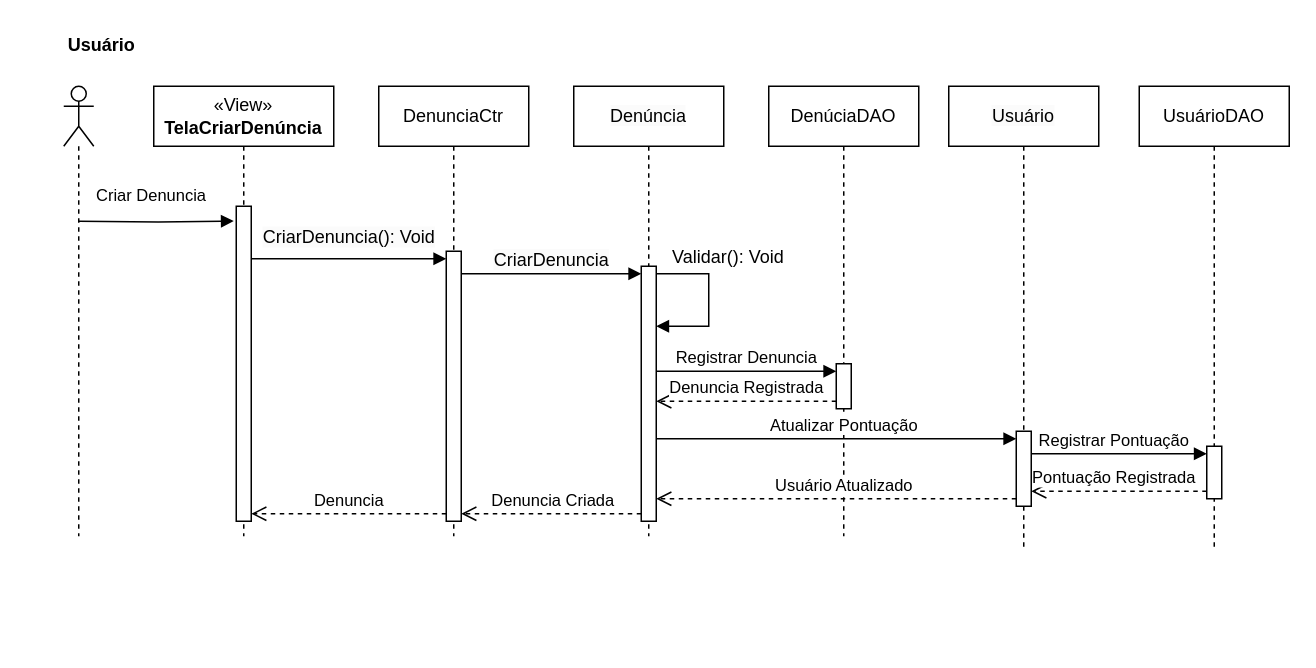
frsouzaa/Documentacao-TCC-NossaVia keeps this draw.io diagram as Documentação/Diagramas/Diagramas de Sequencia/Diagrama Sequencia Criar Denuncia.drawio. Above is the earlier version. Source tidied: cells renumbered, new cells numbered last; positions are measured from the earlier drawing's top-left corner, leaving out a move shared by most shapes. Both pictures are drawn from the tidied source at 150%, with x=0, y=0 at pixel (48, 26).
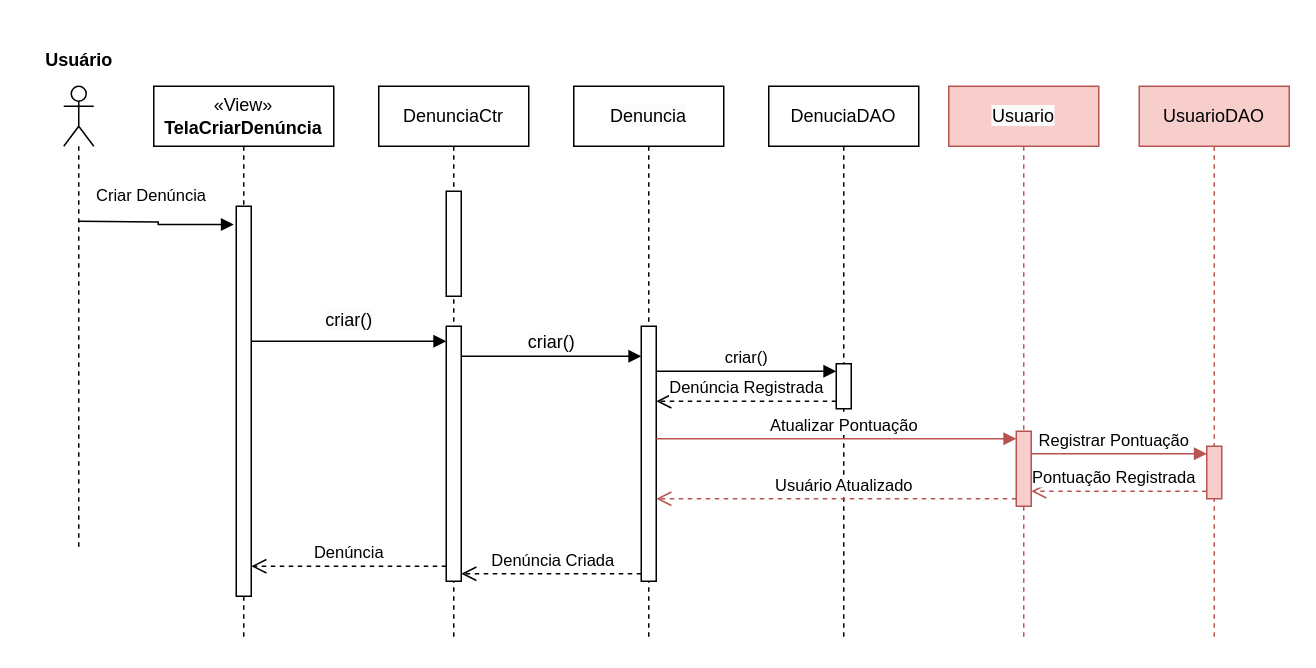
Above is the later version.

Commit message (it also covers changes not shown here):
atualização dos diagramas conforme o documento de produto software

Unchanged cells that the change refers to:
```xml
<mxCell id="9" style="html=1;points=[[0,0,0,0,5],[0,1,0,0,-5],[1,0,0,0,5],[1,1,0,0,-5]];perimeter=orthogonalPerimeter;outlineConnect=0;targetShapes=umlLifeline;portConstraint=eastwest;newEdgeStyle={&quot;curved&quot;:0,&quot;rounded&quot;:0};" parent="8" vertex="1">
  <mxGeometry x="45" y="185" width="10" height="30" as="geometry" />
</mxCell>
```

Change to the diagram source:
```diff
@@
     <mxCell id="2" style="shape=umlLifeline;perimeter=lifelinePerimeter;whiteSpace=wrap;html=1;newEdgeStyle={&quot;curved&quot;:0,&quot;rounded&quot;:0};participant=umlActor;" parent="1" vertex="1">
-      <mxGeometry x="10" y="40" width="20" height="300" as="geometry" />
+      <mxGeometry x="10" y="40" width="20" height="310" as="geometry" />
     </mxCell>
     <mxCell id="3" value="«View»&lt;br&gt;&lt;b&gt;TelaCriarDenúncia&lt;/b&gt;" style="shape=umlLifeline;perimeter=lifelinePerimeter;whiteSpace=wrap;html=1;newEdgeStyle={&quot;curved&quot;:0,&quot;rounded&quot;:0};" parent="1" vertex="1">
-      <mxGeometry x="70" y="40" width="120" height="300" as="geometry" />
+      <mxGeometry x="70" y="40" width="120" height="370" as="geometry" />
     </mxCell>
     <mxCell id="4" style="html=1;points=[[0,0,0,0,5],[0,1,0,0,-5],[1,0,0,0,5],[1,1,0,0,-5]];perimeter=orthogonalPerimeter;outlineConnect=0;targetShapes=umlLifeline;portConstraint=eastwest;newEdgeStyle={&quot;curved&quot;:0,&quot;rounded&quot;:0};" parent="3" vertex="1">
-      <mxGeometry x="55" y="80" width="10" height="210" as="geometry" />
+      <mxGeometry x="55" y="80" width="10" height="260" as="geometry" />
     </mxCell>
-    <mxCell id="5" value="&lt;span style=&quot;color: rgb(0, 0, 0); font-family: Helvetica; font-size: 12px; font-style: normal; font-variant-ligatures: normal; font-variant-caps: normal; font-weight: 400; letter-spacing: normal; orphans: 2; text-align: center; text-indent: 0px; text-transform: none; widows: 2; word-spacing: 0px; -webkit-text-stroke-width: 0px; white-space: nowrap; background-color: rgb(251, 251, 251); text-decoration-thickness: initial; text-decoration-style: initial; text-decoration-color: initial; display: inline !important; float: none;&quot;&gt;Denúncia&lt;/span&gt;" style="shape=umlLifeline;perimeter=lifelinePerimeter;whiteSpace=wrap;html=1;newEdgeStyle={&quot;curved&quot;:0,&quot;rounded&quot;:0};" parent="1" vertex="1">
-      <mxGeometry x="350" y="40" width="100" height="300" as="geometry" />
+    <mxCell id="5" value="&lt;span style=&quot;color: rgb(0, 0, 0); font-family: Helvetica; font-size: 12px; font-style: normal; font-variant-ligatures: normal; font-variant-caps: normal; font-weight: 400; letter-spacing: normal; orphans: 2; text-align: center; text-indent: 0px; text-transform: none; widows: 2; word-spacing: 0px; -webkit-text-stroke-width: 0px; white-space: nowrap; background-color: rgb(251, 251, 251); text-decoration-thickness: initial; text-decoration-style: initial; text-decoration-color: initial; display: inline !important; float: none;&quot;&gt;Denuncia&lt;/span&gt;" style="shape=umlLifeline;perimeter=lifelinePerimeter;whiteSpace=wrap;html=1;newEdgeStyle={&quot;curved&quot;:0,&quot;rounded&quot;:0};" parent="1" vertex="1">
+      <mxGeometry x="350" y="40" width="100" height="370" as="geometry" />
     </mxCell>
     <mxCell id="6" style="html=1;points=[[0,0,0,0,5],[0,1,0,0,-5],[1,0,0,0,5],[1,1,0,0,-5]];perimeter=orthogonalPerimeter;outlineConnect=0;targetShapes=umlLifeline;portConstraint=eastwest;newEdgeStyle={&quot;curved&quot;:0,&quot;rounded&quot;:0};" parent="5" vertex="1">
-      <mxGeometry x="45" y="120" width="10" height="170" as="geometry" />
+      <mxGeometry x="45" y="160" width="10" height="170" as="geometry" />
     </mxCell>
-    <mxCell id="7" style="html=1;align=left;spacingLeft=2;endArrow=block;rounded=0;edgeStyle=orthogonalEdgeStyle;curved=0;rounded=0;exitX=1;exitY=0;exitDx=0;exitDy=5;exitPerimeter=0;" parent="5" edge="1" source="6" target="6">
-      <mxGeometry relative="1" as="geometry">
-        <Array as="points">
-          <mxPoint x="90" y="125" />
-          <mxPoint x="90" y="160" />
-        </Array>
-      </mxGeometry>
-    </mxCell>
-    <mxCell id="8" value="DenúciaDAO" style="shape=umlLifeline;perimeter=lifelinePerimeter;whiteSpace=wrap;html=1;newEdgeStyle={&quot;curved&quot;:0,&quot;rounded&quot;:0};" parent="1" vertex="1">
-      <mxGeometry x="480" y="40" width="100" height="300" as="geometry" />
+    <mxCell id="8" value="DenuciaDAO" style="shape=umlLifeline;perimeter=lifelinePerimeter;whiteSpace=wrap;html=1;newEdgeStyle={&quot;curved&quot;:0,&quot;rounded&quot;:0};" parent="1" vertex="1">
+      <mxGeometry x="480" y="40" width="100" height="370" as="geometry" />
     </mxCell>
@@
     <mxCell id="10" value="&lt;span style=&quot;text-wrap: nowrap;&quot;&gt;DenunciaCtr&lt;/span&gt;" style="shape=umlLifeline;perimeter=lifelinePerimeter;whiteSpace=wrap;html=1;newEdgeStyle={&quot;curved&quot;:0,&quot;rounded&quot;:0};" parent="1" vertex="1">
-      <mxGeometry x="220" y="40" width="100" height="300" as="geometry" />
+      <mxGeometry x="220" y="40" width="100" height="370" as="geometry" />
     </mxCell>
     <mxCell id="11" style="html=1;points=[[0,0,0,0,5],[0,1,0,0,-5],[1,0,0,0,5],[1,1,0,0,-5]];perimeter=orthogonalPerimeter;outlineConnect=0;targetShapes=umlLifeline;portConstraint=eastwest;newEdgeStyle={&quot;curved&quot;:0,&quot;rounded&quot;:0};" parent="10" vertex="1">
-      <mxGeometry x="45" y="110" width="10" height="180" as="geometry" />
+      <mxGeometry x="45" y="160" width="10" height="170" as="geometry" />
     </mxCell>
+    <mxCell id="29" style="html=1;perimeter=orthogonalPerimeter;targetShapes=umlLifeline;newEdgeStyle={&quot;curved&quot;:0,&quot;rounded&quot;:0};" parent="10" vertex="1">
+      <mxGeometry x="45" y="70" width="10" height="70" as="geometry" />
+    </mxCell>
-    <mxCell id="12" value="Criar Denuncia" style="endArrow=block;endFill=1;html=1;edgeStyle=orthogonalEdgeStyle;align=left;verticalAlign=top;rounded=0;entryX=-0.166;entryY=0.047;entryDx=0;entryDy=0;entryPerimeter=0;" parent="1" edge="1" target="4">
-      <mxGeometry x="-0.8" y="30" relative="1" as="geometry">
+    <mxCell id="12" value="Criar Denúncia" style="endArrow=block;endFill=1;html=1;edgeStyle=orthogonalEdgeStyle;align=left;verticalAlign=top;rounded=0;entryX=-0.166;entryY=0.047;entryDx=0;entryDy=0;entryPerimeter=0;" parent="1" edge="1" target="4">
+      <mxGeometry x="-0.81" y="30" relative="1" as="geometry">
         <mxPoint x="20" y="130" as="sourcePoint" />
       </mxGeometry>
     </mxCell>
-    <mxCell id="13" value="&lt;span style=&quot;color: rgb(0, 0, 0); font-family: Helvetica; font-size: 12px; font-style: normal; font-variant-ligatures: normal; font-variant-caps: normal; font-weight: 400; letter-spacing: normal; orphans: 2; text-align: center; text-indent: 0px; text-transform: none; widows: 2; word-spacing: 0px; -webkit-text-stroke-width: 0px; white-space: nowrap; background-color: rgb(251, 251, 251); text-decoration-thickness: initial; text-decoration-style: initial; text-decoration-color: initial; display: inline !important; float: none;&quot;&gt;Usuário&lt;/span&gt;" style="shape=umlLifeline;perimeter=lifelinePerimeter;whiteSpace=wrap;html=1;newEdgeStyle={&quot;curved&quot;:0,&quot;rounded&quot;:0};" parent="1" vertex="1">
-      <mxGeometry x="600" y="40" width="100" height="310" as="geometry" />
+    <mxCell id="13" value="&lt;span style=&quot;color: rgb(0, 0, 0); font-family: Helvetica; font-size: 12px; font-style: normal; font-variant-ligatures: normal; font-variant-caps: normal; font-weight: 400; letter-spacing: normal; orphans: 2; text-align: center; text-indent: 0px; text-transform: none; widows: 2; word-spacing: 0px; -webkit-text-stroke-width: 0px; white-space: nowrap; background-color: rgb(251, 251, 251); text-decoration-thickness: initial; text-decoration-style: initial; text-decoration-color: initial; display: inline !important; float: none;&quot;&gt;Usuario&lt;/span&gt;" style="shape=umlLifeline;perimeter=lifelinePerimeter;whiteSpace=wrap;html=1;newEdgeStyle={&quot;curved&quot;:0,&quot;rounded&quot;:0};fillColor=#f8cecc;strokeColor=#b85450;" parent="1" vertex="1">
+      <mxGeometry x="600" y="40" width="100" height="370" as="geometry" />
     </mxCell>
-    <mxCell id="14" style="html=1;points=[[0,0,0,0,5],[0,1,0,0,-5],[1,0,0,0,5],[1,1,0,0,-5]];perimeter=orthogonalPerimeter;outlineConnect=0;targetShapes=umlLifeline;portConstraint=eastwest;newEdgeStyle={&quot;curved&quot;:0,&quot;rounded&quot;:0};" parent="13" vertex="1">
+    <mxCell id="14" style="html=1;points=[[0,0,0,0,5],[0,1,0,0,-5],[1,0,0,0,5],[1,1,0,0,-5]];perimeter=orthogonalPerimeter;outlineConnect=0;targetShapes=umlLifeline;portConstraint=eastwest;newEdgeStyle={&quot;curved&quot;:0,&quot;rounded&quot;:0};fillColor=#f8cecc;strokeColor=#b85450;" parent="13" vertex="1">
       <mxGeometry x="45" y="230" width="10" height="50" as="geometry" />
     </mxCell>
-    <mxCell id="15" value="&lt;span style=&quot;text-wrap: nowrap;&quot;&gt;Usuário&lt;/span&gt;DAO" style="shape=umlLifeline;perimeter=lifelinePerimeter;whiteSpace=wrap;html=1;newEdgeStyle={&quot;curved&quot;:0,&quot;rounded&quot;:0};" parent="1" vertex="1">
-      <mxGeometry x="727" y="40" width="100" height="310" as="geometry" />
+    <mxCell id="15" value="&lt;span style=&quot;text-wrap: nowrap;&quot;&gt;Usuario&lt;/span&gt;DAO" style="shape=umlLifeline;perimeter=lifelinePerimeter;whiteSpace=wrap;html=1;newEdgeStyle={&quot;curved&quot;:0,&quot;rounded&quot;:0};fillColor=#f8cecc;strokeColor=#b85450;" parent="1" vertex="1">
+      <mxGeometry x="727" y="40" width="100" height="370" as="geometry" />
     </mxCell>
-    <mxCell id="16" style="html=1;points=[[0,0,0,0,5],[0,1,0,0,-5],[1,0,0,0,5],[1,1,0,0,-5]];perimeter=orthogonalPerimeter;outlineConnect=0;targetShapes=umlLifeline;portConstraint=eastwest;newEdgeStyle={&quot;curved&quot;:0,&quot;rounded&quot;:0};" parent="15" vertex="1">
+    <mxCell id="16" style="html=1;points=[[0,0,0,0,5],[0,1,0,0,-5],[1,0,0,0,5],[1,1,0,0,-5]];perimeter=orthogonalPerimeter;outlineConnect=0;targetShapes=umlLifeline;portConstraint=eastwest;newEdgeStyle={&quot;curved&quot;:0,&quot;rounded&quot;:0};fillColor=#f8cecc;strokeColor=#b85450;" parent="15" vertex="1">
       <mxGeometry x="45" y="240" width="10" height="35" as="geometry" />
     </mxCell>
     <mxCell id="17" value="Usuário" style="text;align=center;fontStyle=1;verticalAlign=middle;spacingLeft=3;spacingRight=3;strokeColor=none;html=1;" parent="1" vertex="1">
-      <mxGeometry width="70" height="26" as="geometry" />
+      <mxGeometry x="-15" y="10" width="70" height="26" as="geometry" />
     </mxCell>
-    <mxCell id="18" value="&lt;span style=&quot;font-size: 12px; text-align: left; background-color: rgb(251, 251, 251);&quot;&gt;CriarDenuncia(): Void&lt;/span&gt;" style="html=1;verticalAlign=bottom;endArrow=block;curved=0;rounded=0;entryX=0;entryY=0;entryDx=0;entryDy=5;" parent="1" edge="1" source="4" target="11">
-      <mxGeometry y="5" relative="1" as="geometry" />
+    <mxCell id="18" value="&lt;span style=&quot;font-size: 12px; text-align: left; background-color: rgb(251, 251, 251);&quot;&gt;criar()&lt;/span&gt;" style="html=1;verticalAlign=bottom;endArrow=block;curved=0;rounded=0;entryX=0;entryY=0;entryDx=0;entryDy=5;" parent="1" edge="1">
+      <mxGeometry y="5" relative="1" as="geometry">
+        <mxPoint x="135" y="210" as="sourcePoint" />
+        <mxPoint x="265" y="210" as="targetPoint" />
+      </mxGeometry>
     </mxCell>
-    <mxCell id="19" value="&lt;span style=&quot;font-size: 12px; text-align: left; background-color: rgb(251, 251, 251);&quot;&gt;CriarDenuncia&lt;/span&gt;" style="html=1;verticalAlign=bottom;endArrow=block;curved=0;rounded=0;entryX=0;entryY=0;entryDx=0;entryDy=5;" parent="1" edge="1" source="11" target="6">
-      <mxGeometry relative="1" as="geometry" />
+    <mxCell id="19" value="&lt;span style=&quot;font-size: 12px; text-align: left; background-color: rgb(251, 251, 251);&quot;&gt;criar()&lt;/span&gt;" style="html=1;verticalAlign=bottom;endArrow=block;curved=0;rounded=0;" parent="1" edge="1">
+      <mxGeometry relative="1" as="geometry">
+        <mxPoint x="275" y="220" as="sourcePoint" />
+        <mxPoint x="395" y="220" as="targetPoint" />
+      </mxGeometry>
     </mxCell>
-    <mxCell id="20" value="&lt;span style=&quot;text-wrap: nowrap;&quot;&gt;Validar(): Void&lt;/span&gt;" style="text;whiteSpace=wrap;html=1;" parent="1" vertex="1">
-      <mxGeometry x="414" y="140" width="96" height="20" as="geometry" />
-    </mxCell>
-    <mxCell id="21" value="Registrar Denuncia" style="html=1;verticalAlign=bottom;endArrow=block;curved=0;rounded=0;entryX=0;entryY=0;entryDx=0;entryDy=5;" parent="1" edge="1" source="6" target="9">
+    <mxCell id="21" value="criar()" style="html=1;verticalAlign=bottom;endArrow=block;curved=0;rounded=0;entryX=0;entryY=0;entryDx=0;entryDy=5;" parent="1" edge="1" source="6" target="9">
       <mxGeometry relative="1" as="geometry" />
     </mxCell>
-    <mxCell id="22" value="Denuncia Registrada" style="html=1;verticalAlign=bottom;endArrow=open;dashed=1;endSize=8;curved=0;rounded=0;exitX=0;exitY=1;exitDx=0;exitDy=-5;" parent="1" edge="1" source="9" target="6">
+    <mxCell id="22" value="Denúncia Registrada" style="html=1;verticalAlign=bottom;endArrow=open;dashed=1;endSize=8;curved=0;rounded=0;exitX=0;exitY=1;exitDx=0;exitDy=-5;" parent="1" edge="1" source="9" target="6">
       <mxGeometry relative="1" as="geometry" />
     </mxCell>
-    <mxCell id="23" value="Atualizar Pontuação" style="html=1;verticalAlign=bottom;endArrow=block;curved=0;rounded=0;entryX=0;entryY=0;entryDx=0;entryDy=5;" parent="1" edge="1" source="6" target="14">
+    <mxCell id="23" value="Atualizar Pontuação" style="html=1;verticalAlign=bottom;endArrow=block;curved=0;rounded=0;entryX=0;entryY=0;entryDx=0;entryDy=5;fillColor=#f8cecc;strokeColor=#b85450;" parent="1" edge="1" source="6" target="14">
       <mxGeometry x="0.04" relative="1" as="geometry" />
     </mxCell>
-    <mxCell id="24" value="Registrar Pontuação" style="html=1;verticalAlign=bottom;endArrow=block;curved=0;rounded=0;entryX=0;entryY=0;entryDx=0;entryDy=5;" parent="1" edge="1" source="14" target="16">
+    <mxCell id="24" value="Registrar Pontuação" style="html=1;verticalAlign=bottom;endArrow=block;curved=0;rounded=0;entryX=0;entryY=0;entryDx=0;entryDy=5;fillColor=#f8cecc;strokeColor=#b85450;" parent="1" edge="1" source="14" target="16">
       <mxGeometry x="-0.06" relative="1" as="geometry" />
     </mxCell>
-    <mxCell id="25" value="Pontuação Registrada" style="html=1;verticalAlign=bottom;endArrow=open;dashed=1;endSize=8;curved=0;rounded=0;exitX=0;exitY=1;exitDx=0;exitDy=-5;" parent="1" edge="1" source="16" target="14">
+    <mxCell id="25" value="Pontuação Registrada" style="html=1;verticalAlign=bottom;endArrow=open;dashed=1;endSize=8;curved=0;rounded=0;exitX=0;exitY=1;exitDx=0;exitDy=-5;fillColor=#f8cecc;strokeColor=#b85450;" parent="1" edge="1" source="16" target="14">
       <mxGeometry x="0.06" relative="1" as="geometry">
         <Array as="points">
           <mxPoint x="710" y="310" />
         </Array>
       </mxGeometry>
     </mxCell>
-    <mxCell id="26" value="Usuário Atualizado" style="html=1;verticalAlign=bottom;endArrow=open;dashed=1;endSize=8;curved=0;rounded=0;exitX=0;exitY=1;exitDx=0;exitDy=-5;" parent="1" edge="1" source="14" target="6">
+    <mxCell id="26" value="Usuário Atualizado" style="html=1;verticalAlign=bottom;endArrow=open;dashed=1;endSize=8;curved=0;rounded=0;exitX=0;exitY=1;exitDx=0;exitDy=-5;fillColor=#f8cecc;strokeColor=#b85450;" parent="1" edge="1" source="14" target="6">
       <mxGeometry x="-0.04" relative="1" as="geometry" />
     </mxCell>
-    <mxCell id="27" value="Denuncia Criada" style="html=1;verticalAlign=bottom;endArrow=open;dashed=1;endSize=8;curved=0;rounded=0;exitX=0;exitY=1;exitDx=0;exitDy=-5;entryX=1;entryY=1;entryDx=0;entryDy=-5;entryPerimeter=0;" parent="1" edge="1" source="6" target="11">
+    <mxCell id="27" value="Denúncia Criada" style="html=1;verticalAlign=bottom;endArrow=open;dashed=1;endSize=8;curved=0;rounded=0;exitX=0;exitY=1;exitDx=0;exitDy=-5;entryX=1;entryY=1;entryDx=0;entryDy=-5;entryPerimeter=0;" parent="1" edge="1" source="6" target="11">
       <mxGeometry x="-0.01" relative="1" as="geometry" />
     </mxCell>
-    <mxCell id="28" value="Denuncia" style="html=1;verticalAlign=bottom;endArrow=open;dashed=1;endSize=8;curved=0;rounded=0;exitX=0;exitY=1;exitDx=0;exitDy=-5;" parent="1" edge="1" source="11" target="4">
-      <mxGeometry relative="1" as="geometry" />
+    <mxCell id="28" value="Denúncia" style="html=1;verticalAlign=bottom;endArrow=open;dashed=1;endSize=8;curved=0;rounded=0;exitX=0;exitY=1;exitDx=0;exitDy=-5;" parent="1" edge="1">
+      <mxGeometry relative="1" as="geometry">
+        <mxPoint x="265" y="360" as="sourcePoint" />
+        <mxPoint x="135" y="360" as="targetPoint" />
+      </mxGeometry>
     </mxCell>
```
